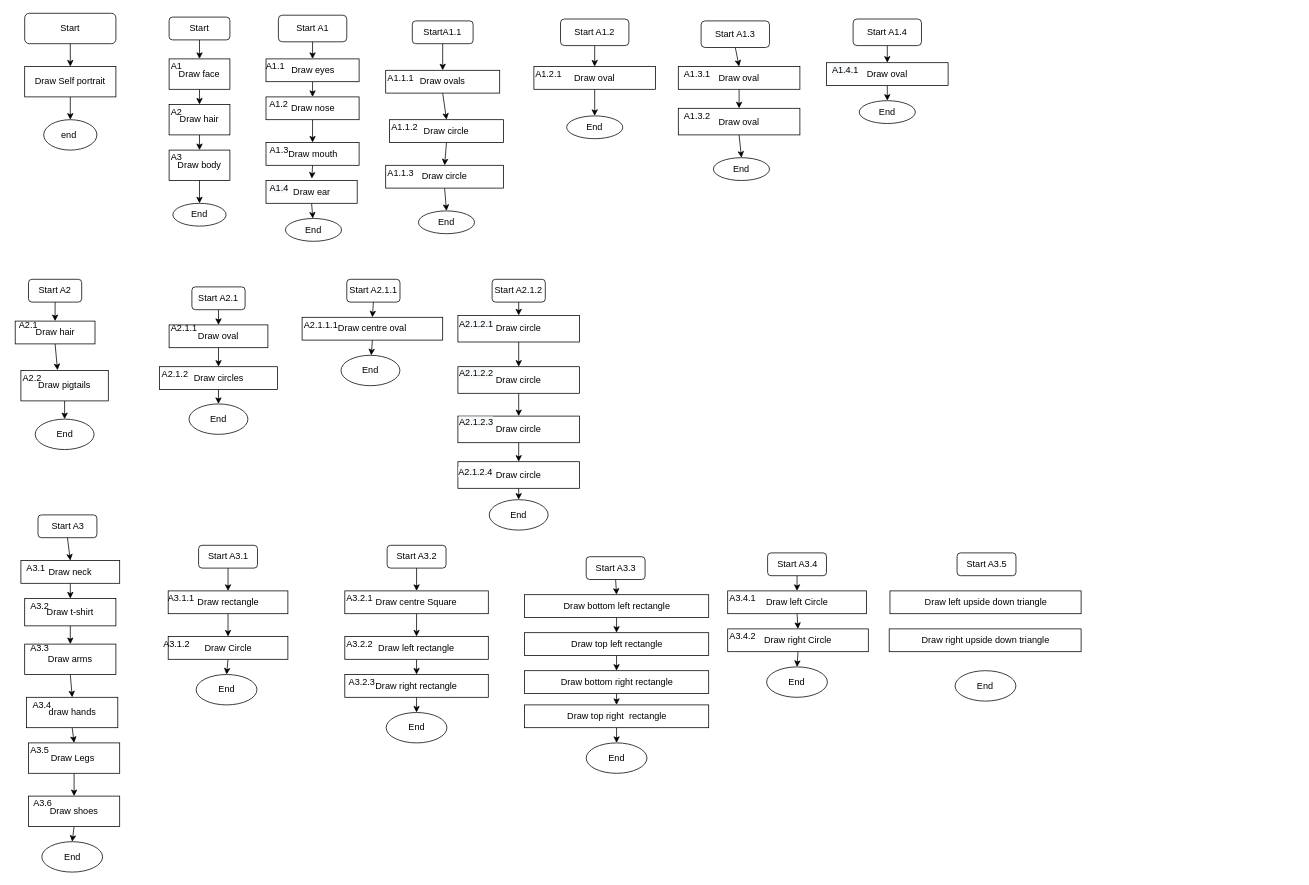
Above: Untitled Diagram.drawio in kara-ryan01/Fork3 (draw.io), before the change. Source tidied: cells renumbered, new cells numbered last; positions are measured from the earlier drawing's top-left corner, leaving out a move shared by most shapes. Both pictures are drawn from the tidied source at 76%, with x=0, y=0 at pixel (13, 13).
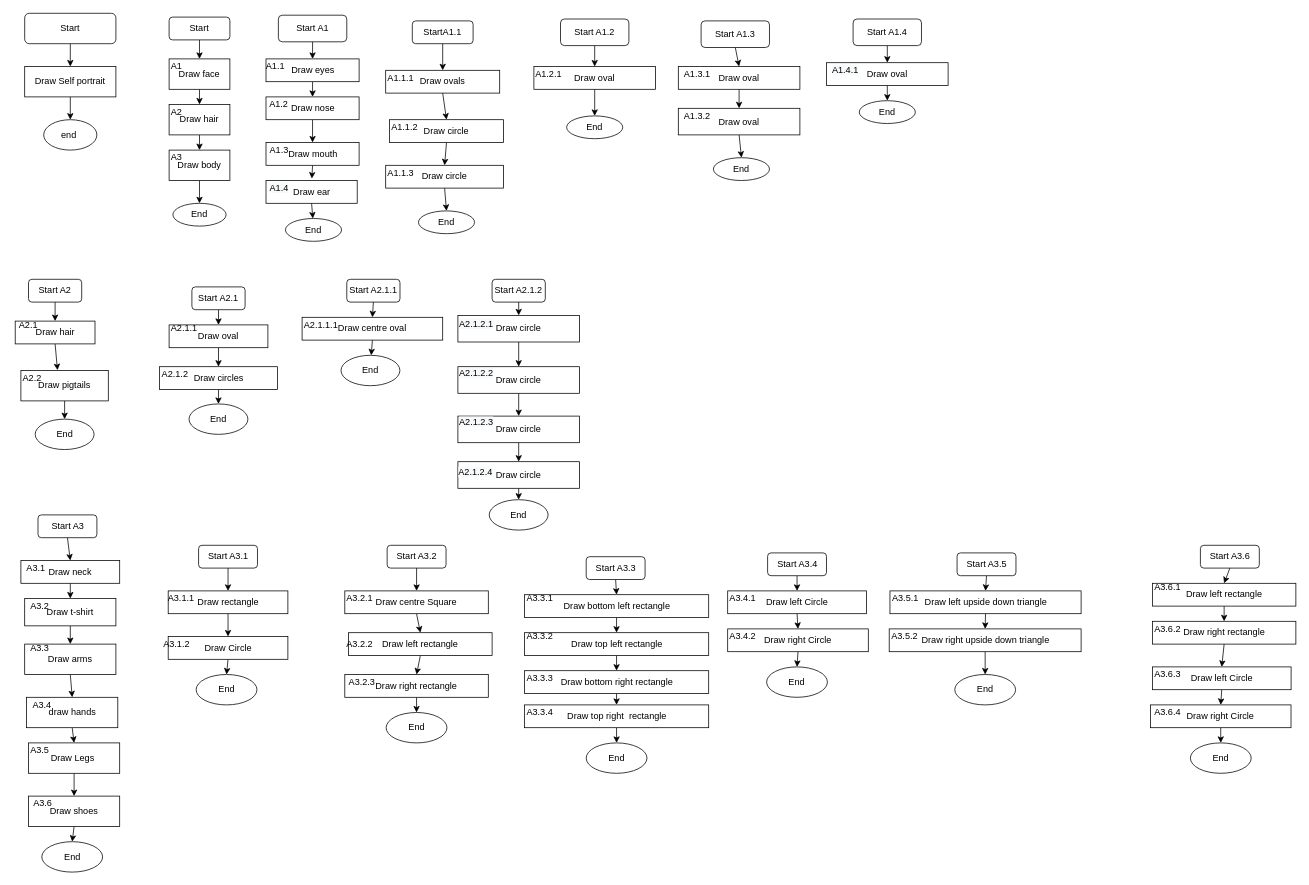
After the change.

The change refers to these unchanged cells:
```xml
<mxCell id="171" value="Start A3.5" style="rounded=1;whiteSpace=wrap;html=1;" parent="1" vertex="1">
  <mxGeometry x="1241.8" y="710" width="77.5" height="30" as="geometry" />
</mxCell>
<mxCell id="172" value="Draw left upside down triangle" style="rounded=0;whiteSpace=wrap;html=1;" parent="1" vertex="1">
  <mxGeometry x="1153.5" y="760" width="251.5" height="30" as="geometry" />
</mxCell>
<mxCell id="173" value="Draw right upside down triangle" style="rounded=0;whiteSpace=wrap;html=1;" parent="1" vertex="1">
  <mxGeometry x="1152.5" y="810" width="252.5" height="30" as="geometry" />
</mxCell>
```

The edit, as a diff of the source:
```diff
@@
     <mxCell id="144" value="Draw left rectangle" style="rounded=0;whiteSpace=wrap;html=1;" parent="1" vertex="1">
-      <mxGeometry x="436.2" y="820" width="188.8" height="30" as="geometry" />
+      <mxGeometry x="441.2" y="815" width="188.8" height="30" as="geometry" />
     </mxCell>
@@
+    <mxCell id="175" style="edgeStyle=none;rounded=0;jettySize=auto;html=1;exitX=0.5;exitY=1;exitDx=0;exitDy=0;entryX=0.5;entryY=0;entryDx=0;entryDy=0;" parent="1" edge="1" source="171" target="172">
+      <mxGeometry relative="1" as="geometry" />
+    </mxCell>
@@
+    <mxCell id="176" style="edgeStyle=none;rounded=0;jettySize=auto;html=1;exitX=0.5;exitY=1;exitDx=0;exitDy=0;entryX=0.5;entryY=0;entryDx=0;entryDy=0;" parent="1" edge="1" source="172" target="173">
+      <mxGeometry relative="1" as="geometry" />
+    </mxCell>
@@
+    <mxCell id="177" style="edgeStyle=none;rounded=0;jettySize=auto;html=1;exitX=0.5;exitY=1;exitDx=0;exitDy=0;" parent="1" edge="1" source="173" target="174">
+      <mxGeometry relative="1" as="geometry" />
+    </mxCell>
@@
     <mxCell id="174" value="End" style="ellipse;whiteSpace=wrap;html=1;" parent="1" vertex="1">
-      <mxGeometry x="1239.2" y="865" width="80" height="40" as="geometry" />
+      <mxGeometry x="1238.8" y="870" width="80" height="40" as="geometry" />
     </mxCell>
+    <mxCell id="178" value="A3.5.2" style="text;html=1;strokeColor=none;fillColor=none;align=center;verticalAlign=middle;whiteSpace=wrap;rounded=0;" parent="1" vertex="1">
+      <mxGeometry x="1152.5" y="810" width="40" height="20" as="geometry" />
+    </mxCell>
+    <mxCell id="179" value="A3.5.1" style="text;html=1;strokeColor=none;fillColor=none;align=center;verticalAlign=middle;whiteSpace=wrap;rounded=0;" parent="1" vertex="1">
+      <mxGeometry x="1153.5" y="760" width="40" height="20" as="geometry" />
+    </mxCell>
+    <mxCell id="180" style="edgeStyle=none;rounded=0;jettySize=auto;html=1;exitX=0.5;exitY=1;exitDx=0;exitDy=0;entryX=0.5;entryY=0;entryDx=0;entryDy=0;" parent="1" edge="1" source="181" target="187">
+      <mxGeometry relative="1" as="geometry" />
+    </mxCell>
+    <mxCell id="181" value="Start A3.6" style="rounded=1;whiteSpace=wrap;html=1;" parent="1" vertex="1">
+      <mxGeometry x="1562" y="700" width="77.5" height="30" as="geometry" />
+    </mxCell>
+    <mxCell id="182" style="edgeStyle=none;rounded=0;jettySize=auto;html=1;exitX=0.5;exitY=1;exitDx=0;exitDy=0;entryX=0.5;entryY=0;entryDx=0;entryDy=0;" parent="1" edge="1" source="183" target="185">
+      <mxGeometry relative="1" as="geometry" />
+    </mxCell>
+    <mxCell id="183" value="Draw left Circle" style="rounded=0;whiteSpace=wrap;html=1;" parent="1" vertex="1">
+      <mxGeometry x="1498.8" y="860" width="182.5" height="30" as="geometry" />
+    </mxCell>
+    <mxCell id="184" style="edgeStyle=none;rounded=0;jettySize=auto;html=1;exitX=0.5;exitY=1;exitDx=0;exitDy=0;entryX=0.5;entryY=0;entryDx=0;entryDy=0;" parent="1" edge="1" source="185" target="190">
+      <mxGeometry relative="1" as="geometry" />
+    </mxCell>
+    <mxCell id="185" value="Draw right Circle" style="rounded=0;whiteSpace=wrap;html=1;" parent="1" vertex="1">
+      <mxGeometry x="1496.2" y="910" width="185" height="30" as="geometry" />
+    </mxCell>
+    <mxCell id="186" style="edgeStyle=none;rounded=0;jettySize=auto;html=1;exitX=0.5;exitY=1;exitDx=0;exitDy=0;entryX=0.5;entryY=0;entryDx=0;entryDy=0;" parent="1" edge="1" source="187" target="189">
+      <mxGeometry relative="1" as="geometry" />
+    </mxCell>
+    <mxCell id="187" value="Draw left rectangle" style="rounded=0;whiteSpace=wrap;html=1;" parent="1" vertex="1">
+      <mxGeometry x="1498.8" y="750" width="188.8" height="30" as="geometry" />
+    </mxCell>
+    <mxCell id="188" style="edgeStyle=none;rounded=0;jettySize=auto;html=1;exitX=0.5;exitY=1;exitDx=0;exitDy=0;entryX=0.5;entryY=0;entryDx=0;entryDy=0;" parent="1" edge="1" source="189" target="183">
+      <mxGeometry relative="1" as="geometry" />
+    </mxCell>
+    <mxCell id="189" value="Draw right rectangle" style="rounded=0;whiteSpace=wrap;html=1;" parent="1" vertex="1">
+      <mxGeometry x="1498.8" y="800" width="188.8" height="30" as="geometry" />
+    </mxCell>
+    <mxCell id="190" value="End" style="ellipse;whiteSpace=wrap;html=1;" parent="1" vertex="1">
+      <mxGeometry x="1548.8" y="960" width="80" height="40" as="geometry" />
+    </mxCell>
+    <mxCell id="191" value="A3.6.4" style="text;html=1;strokeColor=none;fillColor=none;align=center;verticalAlign=middle;whiteSpace=wrap;rounded=0;" parent="1" vertex="1">
+      <mxGeometry x="1498.8" y="910" width="40" height="20" as="geometry" />
+    </mxCell>
+    <mxCell id="192" value="A3.6.3" style="text;html=1;strokeColor=none;fillColor=none;align=center;verticalAlign=middle;whiteSpace=wrap;rounded=0;" parent="1" vertex="1">
+      <mxGeometry x="1498.8" y="860" width="40" height="20" as="geometry" />
+    </mxCell>
+    <mxCell id="193" value="A3.6.2" style="text;html=1;strokeColor=none;fillColor=none;align=center;verticalAlign=middle;whiteSpace=wrap;rounded=0;" parent="1" vertex="1">
+      <mxGeometry x="1498.8" y="800" width="40" height="20" as="geometry" />
+    </mxCell>
+    <mxCell id="194" value="A3.6.1" style="text;html=1;strokeColor=none;fillColor=none;align=center;verticalAlign=middle;whiteSpace=wrap;rounded=0;" parent="1" vertex="1">
+      <mxGeometry x="1498.8" y="745" width="40" height="20" as="geometry" />
+    </mxCell>
+    <mxCell id="195" value="A3.3.2" style="text;html=1;strokeColor=none;fillColor=none;align=center;verticalAlign=middle;whiteSpace=wrap;rounded=0;" parent="1" vertex="1">
+      <mxGeometry x="672.5" y="810" width="40" height="20" as="geometry" />
+    </mxCell>
+    <mxCell id="196" value="A3.3.4" style="text;html=1;strokeColor=none;fillColor=none;align=center;verticalAlign=middle;whiteSpace=wrap;rounded=0;" parent="1" vertex="1">
+      <mxGeometry x="672.5" y="910" width="40" height="20" as="geometry" />
+    </mxCell>
+    <mxCell id="197" value="A3.3.1" style="text;html=1;strokeColor=none;fillColor=none;align=center;verticalAlign=middle;whiteSpace=wrap;rounded=0;" parent="1" vertex="1">
+      <mxGeometry x="672.5" y="760" width="40" height="20" as="geometry" />
+    </mxCell>
+    <mxCell id="198" value="A3.3.3" style="text;html=1;strokeColor=none;fillColor=none;align=center;verticalAlign=middle;whiteSpace=wrap;rounded=0;" parent="1" vertex="1">
+      <mxGeometry x="672.5" y="865" width="40" height="20" as="geometry" />
+    </mxCell>
```
